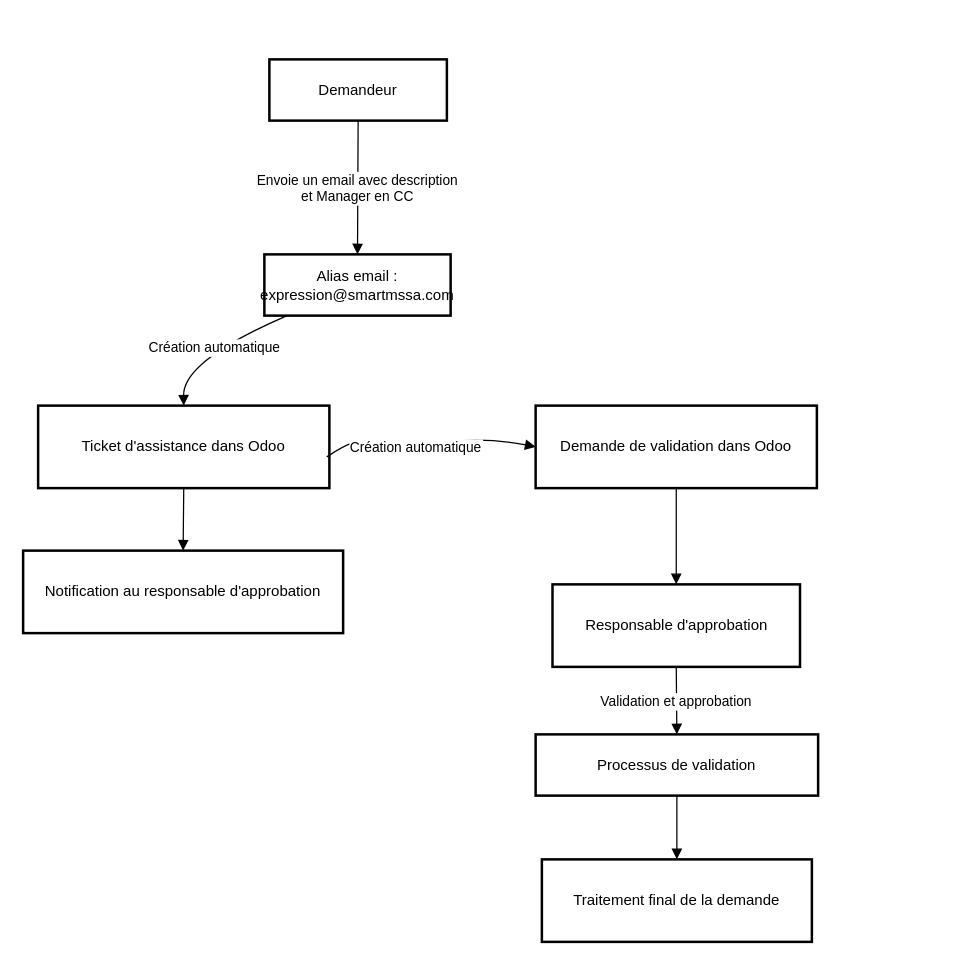
This is page "Expression de besion" (1 of 7) of Diagramme sans nom.drawio from Medteuw/hello-Worl, a draw.io file, before an edit. Source tidied: cells renumbered, new cells numbered last; positions are measured from the earlier drawing's top-left corner, leaving out a move shared by most shapes. Both pictures are drawn from the tidied source at 125%, with x=0, y=0 at pixel (22, 59).
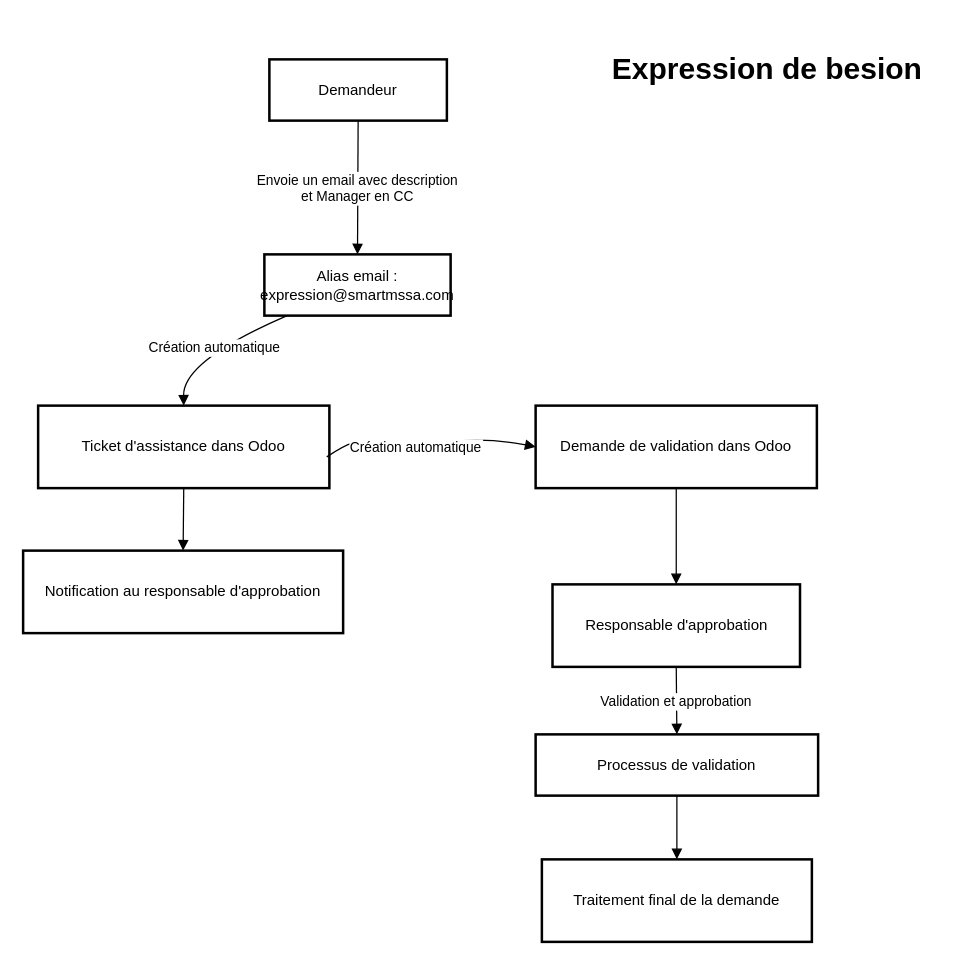
The same page after the edit.

Commit message:
Odoo workflows

The edit, as a diff of the source:
```diff
@@
+    <mxCell id="17" value="&lt;h1&gt;Expression de besion&lt;/h1&gt;&lt;div&gt;&lt;br&gt;&lt;/div&gt;" style="text;html=1;align=center;verticalAlign=middle;strokeColor=none;fillColor=none;" parent="1" vertex="1">
+      <mxGeometry x="460" y="-30" width="270" height="90" as="geometry" />
+    </mxCell>
```
